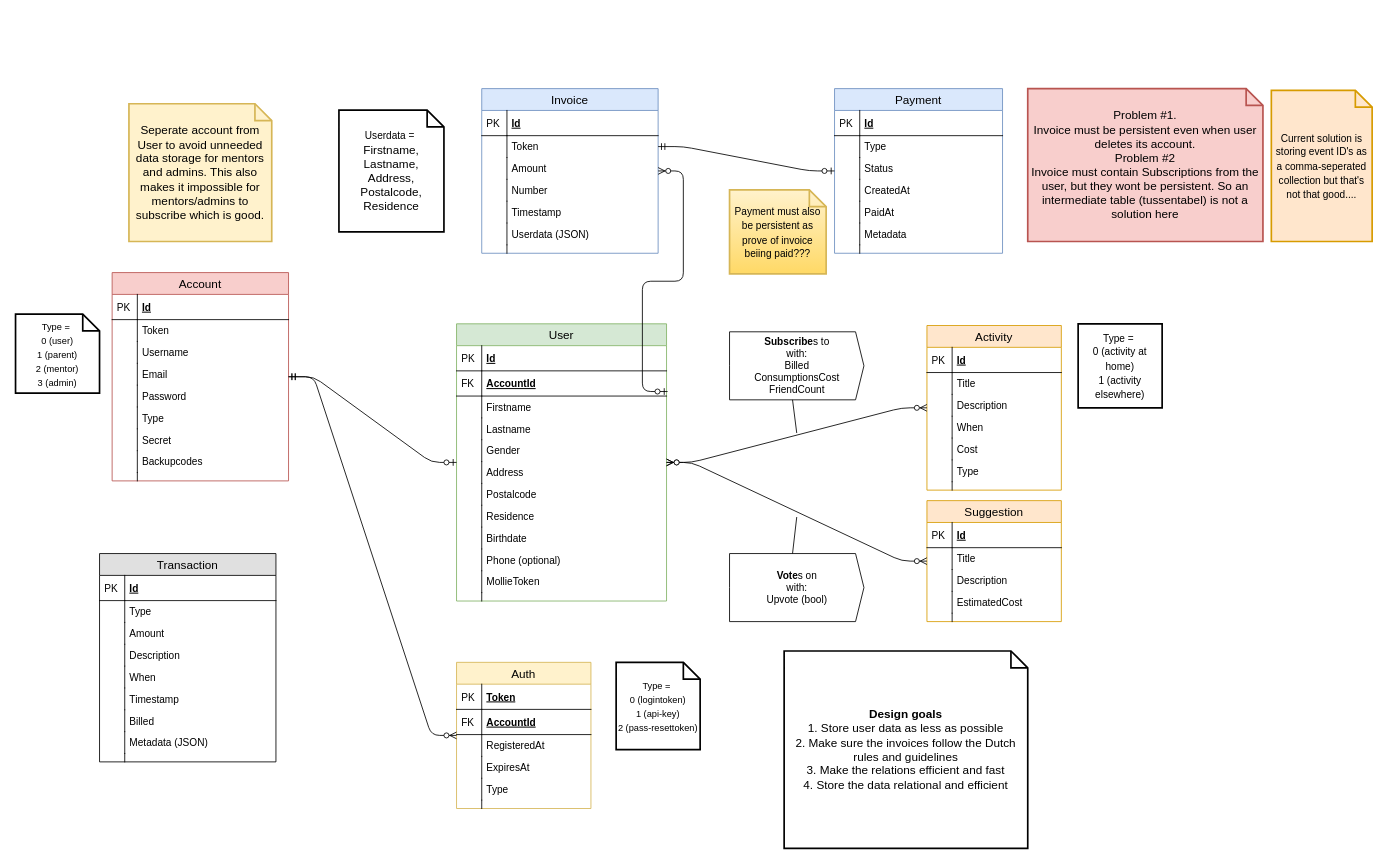
This is Resources/RDD.drawio from maurictg/Overstag, a draw.io file, before an edit. Source tidied: cells renumbered, new cells numbered last; positions are measured from the earlier drawing's top-left corner, leaving out a move shared by most shapes. Both pictures are drawn from the tidied source at 84%, with x=0, y=0 at pixel (15, 88).
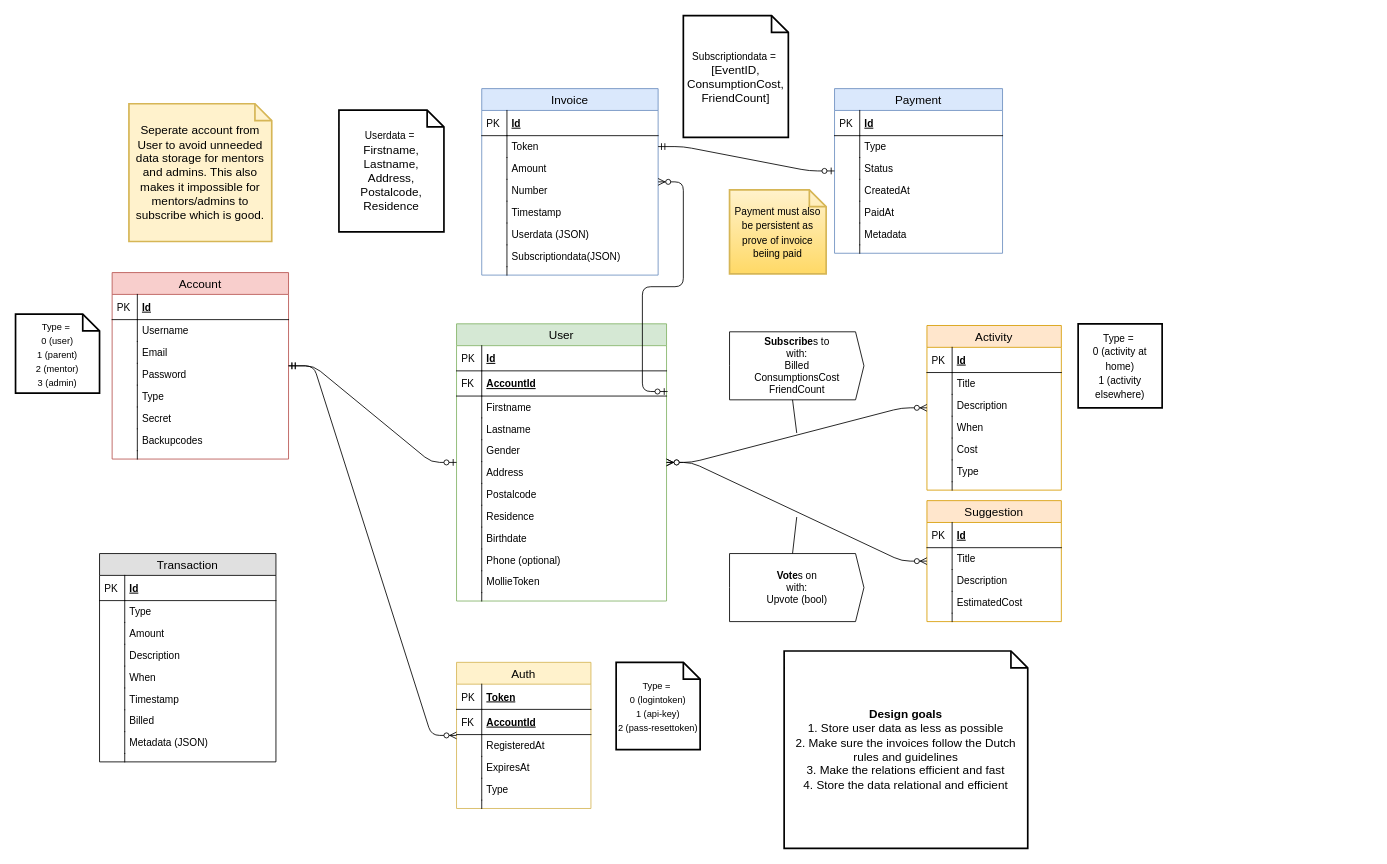
The same diagram, later.

Change to the diagram source:
```diff
@@
     <mxCell id="2" value="Account" style="swimlane;fontStyle=0;horizontal=1;startSize=26;fillColor=#f8cecc;swimlaneFillColor=#ffffff;align=center;fontSize=14;strokeColor=#b85450;" parent="1" vertex="1">
-      <mxGeometry x="115" y="219" width="210" height="248" as="geometry" />
+      <mxGeometry x="115" y="219" width="210" height="222" as="geometry" />
     </mxCell>
@@
-    <mxCell id="5" value="Token" style="shape=partialRectangle;top=0;left=0;right=0;bottom=0;align=left;verticalAlign=top;fillColor=none;spacingLeft=34;spacingRight=4;overflow=hidden;fontSize=12;" parent="2" vertex="1">
-      <mxGeometry y="56" width="210" height="26" as="geometry" />
-    </mxCell>
-    <mxCell id="6" style="shape=partialRectangle;top=0;left=0;bottom=0;fillColor=none;align=left;verticalAlign=top;spacingLeft=4;spacingRight=4;overflow=hidden;fontSize=12;" parent="5" vertex="1">
-      <mxGeometry width="30" height="26" as="geometry" />
-    </mxCell>
     <mxCell id="7" value="Username" style="shape=partialRectangle;top=0;left=0;right=0;bottom=0;align=left;verticalAlign=top;fillColor=none;spacingLeft=34;spacingRight=4;overflow=hidden;fontSize=12;" parent="2" vertex="1">
-      <mxGeometry y="82" width="210" height="26" as="geometry" />
+      <mxGeometry y="56" width="210" height="26" as="geometry" />
     </mxCell>
@@
     <mxCell id="9" value="Email" style="shape=partialRectangle;top=0;left=0;right=0;bottom=0;align=left;verticalAlign=top;fillColor=none;spacingLeft=34;spacingRight=4;overflow=hidden;fontSize=12;" parent="2" vertex="1">
-      <mxGeometry y="108" width="210" height="26" as="geometry" />
+      <mxGeometry y="82" width="210" height="26" as="geometry" />
     </mxCell>
@@
     <mxCell id="11" value="Password" style="shape=partialRectangle;top=0;left=0;right=0;bottom=0;align=left;verticalAlign=top;fillColor=none;spacingLeft=34;spacingRight=4;overflow=hidden;fontSize=12;" parent="2" vertex="1">
-      <mxGeometry y="134" width="210" height="26" as="geometry" />
+      <mxGeometry y="108" width="210" height="26" as="geometry" />
     </mxCell>
@@
     <mxCell id="13" value="Type" style="shape=partialRectangle;top=0;left=0;right=0;bottom=0;align=left;verticalAlign=top;fillColor=none;spacingLeft=34;spacingRight=4;overflow=hidden;fontSize=12;" parent="2" vertex="1">
-      <mxGeometry y="160" width="210" height="26" as="geometry" />
+      <mxGeometry y="134" width="210" height="26" as="geometry" />
     </mxCell>
@@
     <mxCell id="15" value="Secret" style="shape=partialRectangle;top=0;left=0;right=0;bottom=0;align=left;verticalAlign=top;fillColor=none;spacingLeft=34;spacingRight=4;overflow=hidden;fontSize=12;" parent="2" vertex="1">
-      <mxGeometry y="186" width="210" height="26" as="geometry" />
+      <mxGeometry y="160" width="210" height="26" as="geometry" />
     </mxCell>
@@
     <mxCell id="17" value="Backupcodes" style="shape=partialRectangle;top=0;left=0;right=0;bottom=0;align=left;verticalAlign=top;fillColor=none;spacingLeft=34;spacingRight=4;overflow=hidden;fontSize=12;" parent="2" vertex="1">
-      <mxGeometry y="212" width="210" height="26" as="geometry" />
+      <mxGeometry y="186" width="210" height="26" as="geometry" />
     </mxCell>
@@
     <mxCell id="19" style="shape=partialRectangle;top=0;left=0;right=0;bottom=0;align=left;verticalAlign=top;fillColor=none;spacingLeft=34;spacingRight=4;overflow=hidden;fontSize=12;" parent="2" vertex="1">
-      <mxGeometry y="238" width="210" height="10" as="geometry" />
+      <mxGeometry y="212" width="210" height="10" as="geometry" />
     </mxCell>
@@
     <mxCell id="116" value="Invoice" style="swimlane;fontStyle=0;horizontal=1;startSize=26;fillColor=#dae8fc;swimlaneFillColor=#ffffff;align=center;fontSize=14;strokeColor=#6c8ebf;" parent="1" vertex="1">
-      <mxGeometry x="555" width="210" height="196" as="geometry" />
+      <mxGeometry x="555" width="210" height="222" as="geometry" />
     </mxCell>
@@
+    <mxCell id="153" value="Subscriptiondata(JSON)" style="shape=partialRectangle;top=0;left=0;right=0;bottom=0;align=left;verticalAlign=top;fillColor=none;spacingLeft=34;spacingRight=4;overflow=hidden;fontSize=12;" parent="116" vertex="1">
+      <mxGeometry y="186" width="210" height="26" as="geometry" />
+    </mxCell>
+    <mxCell id="6" style="shape=partialRectangle;top=0;left=0;bottom=0;fillColor=none;align=left;verticalAlign=top;spacingLeft=4;spacingRight=4;overflow=hidden;fontSize=12;" parent="153" vertex="1">
+      <mxGeometry width="30" height="26" as="geometry" />
+    </mxCell>
     <mxCell id="129" style="shape=partialRectangle;top=0;left=0;right=0;bottom=0;align=left;verticalAlign=top;fillColor=none;spacingLeft=34;spacingRight=4;overflow=hidden;fontSize=12;" parent="116" vertex="1">
-      <mxGeometry y="186" width="210" height="10" as="geometry" />
+      <mxGeometry y="212" width="210" height="10" as="geometry" />
     </mxCell>
@@
-    <mxCell id="132" value="Problem #1.&lt;br&gt;Invoice must be persistent even when user deletes its account.&lt;br&gt;Problem #2&lt;br&gt;Invoice must contain Subscriptions from the user, but they wont be persistent. So an intermediate table (tussentabel) is not a solution here" style="shape=note;strokeWidth=2;fontSize=14;size=20;whiteSpace=wrap;html=1;fillColor=#f8cecc;strokeColor=#b85450;" parent="1" vertex="1">
-      <mxGeometry x="1205" width="280" height="182" as="geometry" />
-    </mxCell>
@@
-    <mxCell id="134" value="&lt;font style=&quot;font-size: 12px&quot;&gt;Current solution is storing event ID's as a comma-seperated collection but that's not that good....&lt;/font&gt;" style="shape=note;strokeWidth=2;fontSize=14;size=20;whiteSpace=wrap;html=1;fillColor=#ffe6cc;strokeColor=#d79b00;" parent="1" vertex="1">
-      <mxGeometry x="1495" y="2" width="120" height="180" as="geometry" />
-    </mxCell>
@@
-    <mxCell id="151" value="&lt;font style=&quot;font-size: 12px&quot;&gt;Payment must also be persistent as prove of invoice beiing paid???&lt;/font&gt;" style="shape=note;strokeWidth=2;fontSize=14;size=20;whiteSpace=wrap;html=1;fillColor=#fff2cc;gradientColor=#ffd966;strokeColor=#d6b656;" parent="1" vertex="1">
+    <mxCell id="151" value="&lt;font style=&quot;font-size: 12px&quot;&gt;Payment must also be persistent as prove of invoice beiing paid&lt;/font&gt;" style="shape=note;strokeWidth=2;fontSize=14;size=20;whiteSpace=wrap;html=1;fillColor=#fff2cc;gradientColor=#ffd966;strokeColor=#d6b656;" parent="1" vertex="1">
       <mxGeometry x="850" y="120.5" width="115" height="100" as="geometry" />
     </mxCell>
@@
+    <mxCell id="154" value="&lt;font style=&quot;font-size: 12px&quot;&gt;&lt;span style=&quot;text-align: left ; white-space: nowrap&quot;&gt;Subscriptiondata&amp;nbsp;&lt;/span&gt;=&amp;nbsp;&lt;br&gt;&lt;/font&gt;[EventID, ConsumptionCost, FriendCount]" style="shape=note;strokeWidth=2;fontSize=14;size=20;whiteSpace=wrap;html=1;" parent="1" vertex="1">
+      <mxGeometry x="795" y="-87" width="125" height="145" as="geometry" />
+    </mxCell>
```
